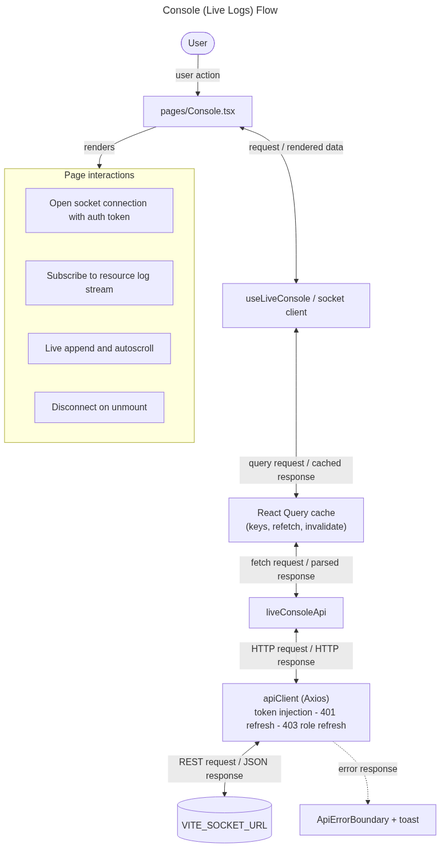
Before: docs/flowcharts/png/console.png, a diagram exported from Mermaid (sayeeduddinofficial/user-table-view). Its source is kept beside it as docs/flowcharts/console.mmd.
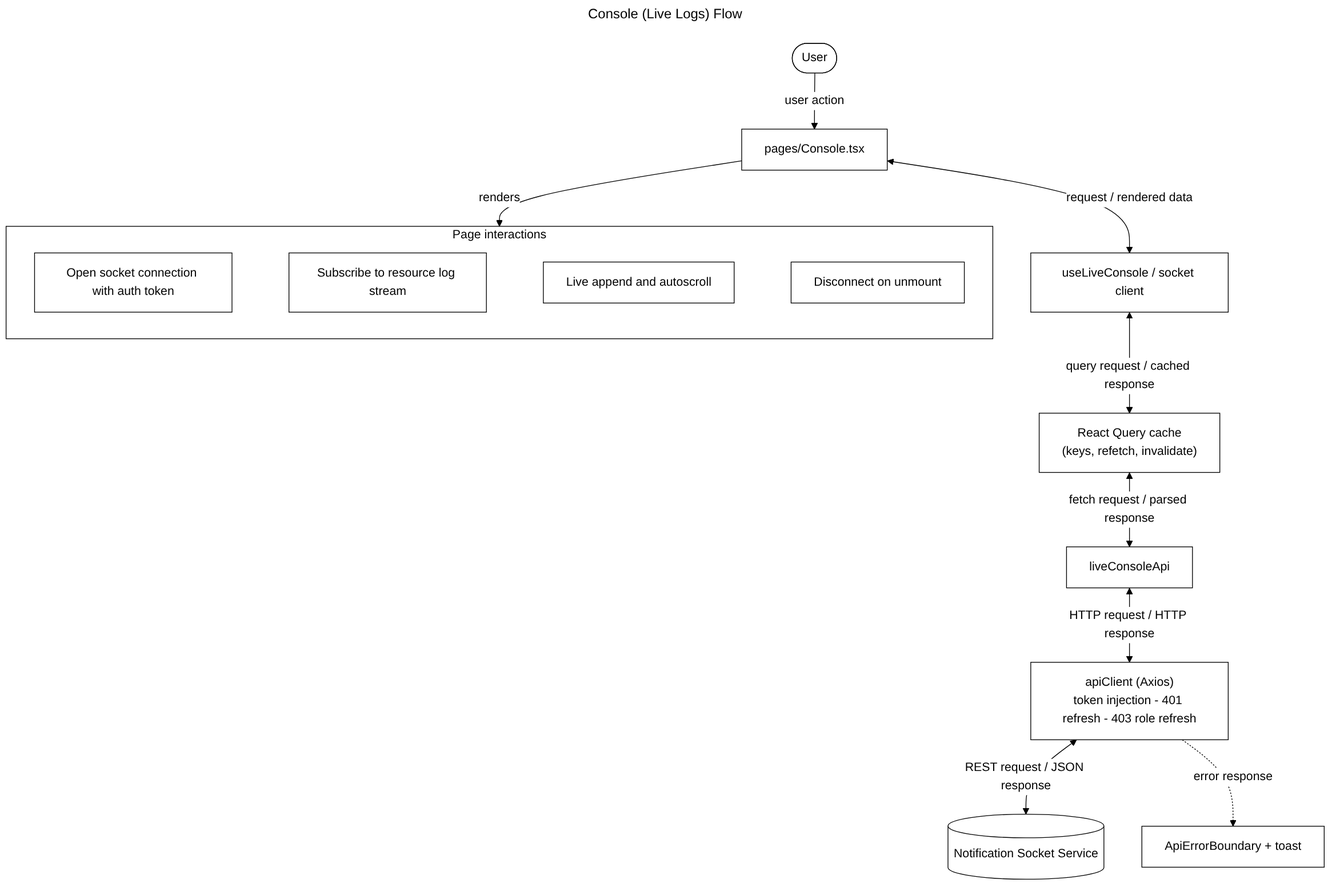
After the commit.

Diff of the diagram source:
```diff
@@ -7,12 +7,14 @@
   H <-->|"query request / cached response"| Q["React Query cache<br/>(keys, refetch, invalidate)"]
   Q <-->|"fetch request / parsed response"| A["liveConsoleApi"]
   A <-->|"HTTP request / HTTP response"| C["apiClient (Axios)<br/>token injection - 401 refresh - 403 role refresh"]
-  C <-->|"REST request / JSON response"| S[("VITE_SOCKET_URL")]
+  C <-->|"REST request / JSON response"| S[("Notification Socket Service")]
   P -->|"renders"| UI
   subgraph UI[Page interactions]
+    direction LR
     S0["Open socket connection with auth token"]
     S1["Subscribe to resource log stream"]
     S2["Live append and autoscroll"]
     S3["Disconnect on unmount"]
+    S0 ~~~ S1 ~~~ S2 ~~~ S3
   end
   C -. "error response" .-> E["ApiErrorBoundary + toast"]
```
